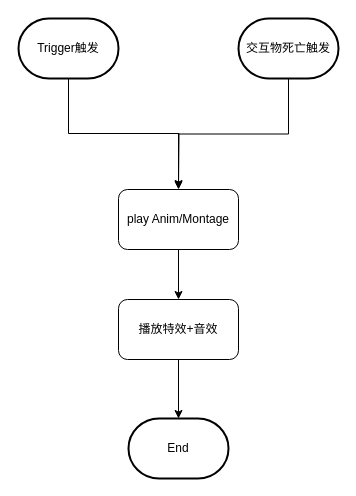
LittleTrain0321/15150400109Wy keeps this draw.io diagram as 水塔倒塌.drawio. Above is the earlier version. Source tidied: cells renumbered, new cells numbered last; positions are measured from the earlier drawing's top-left corner, leaving out a move shared by most shapes. Both pictures are drawn from the tidied source at 100%, with x=0, y=0 at pixel (18, 18).
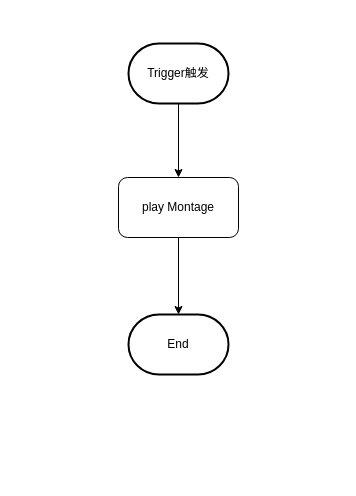
After the change.

Commit message (it also covers changes not shown here):
更新水塔倒塌.drawio

What changed in the source:
```diff
@@
 <mxGraphModel>
   <root>
     <mxCell id="0" />
     <mxCell id="1" parent="0" />
-    <mxCell id="2" style="edgeStyle=orthogonalEdgeStyle;rounded=0;jettySize=auto;html=1;exitX=0.5;exitY=1;exitDx=0;exitDy=0;" parent="1" edge="1" source="3" target="9">
+    <mxCell id="2" style="edgeStyle=orthogonalEdgeStyle;rounded=0;jettySize=auto;html=1;exitX=0.5;exitY=1;exitDx=0;exitDy=0;entryX=0.5;entryY=0;entryDx=0;entryDy=0;entryPerimeter=0;" parent="1" edge="1" source="3" target="10">
       <mxGeometry relative="1" as="geometry" />
     </mxCell>
-    <mxCell id="3" value="play Anim/Montage" style="rounded=1;whiteSpace=wrap;html=1;" parent="1" vertex="1">
-      <mxGeometry x="100" y="171" width="120" height="60" as="geometry" />
+    <mxCell id="3" value="play Montage" style="rounded=1;whiteSpace=wrap;html=1;" parent="1" vertex="1">
+      <mxGeometry x="100" y="159" width="120" height="60" as="geometry" />
     </mxCell>
-    <mxCell id="4" style="edgeStyle=orthogonalEdgeStyle;rounded=0;jettySize=auto;html=1;exitX=0.5;exitY=1;exitDx=0;exitDy=0;exitPerimeter=0;" parent="1" edge="1" source="5">
-      <mxGeometry relative="1" as="geometry">
-        <mxPoint x="160" y="170" as="targetPoint" />
-      </mxGeometry>
+    <mxCell id="4" style="edgeStyle=orthogonalEdgeStyle;rounded=0;jettySize=auto;html=1;exitX=0.5;exitY=1;exitDx=0;exitDy=0;exitPerimeter=0;" parent="1" edge="1" source="5" target="3">
+      <mxGeometry relative="1" as="geometry" />
     </mxCell>
     <mxCell id="5" value="Trigger触发" style="strokeWidth=2;html=1;shape=mxgraph.flowchart.terminator;whiteSpace=wrap;" parent="1" vertex="1">
-      <mxGeometry width="100" height="60" as="geometry" />
+      <mxGeometry x="110" y="25" width="100" height="60" as="geometry" />
     </mxCell>
-    <mxCell id="6" style="edgeStyle=orthogonalEdgeStyle;rounded=0;jettySize=auto;html=1;exitX=0.5;exitY=1;exitDx=0;exitDy=0;exitPerimeter=0;entryX=0.5;entryY=0;entryDx=0;entryDy=0;" parent="1" edge="1" source="7" target="3">
-      <mxGeometry relative="1" as="geometry" />
-    </mxCell>
-    <mxCell id="7" value="交互物死亡触发" style="strokeWidth=2;html=1;shape=mxgraph.flowchart.terminator;whiteSpace=wrap;" parent="1" vertex="1">
-      <mxGeometry x="220" width="100" height="60" as="geometry" />
-    </mxCell>
-    <mxCell id="8" style="edgeStyle=orthogonalEdgeStyle;rounded=0;jettySize=auto;html=1;exitX=0.5;exitY=1;exitDx=0;exitDy=0;" parent="1" edge="1" source="9" target="10">
-      <mxGeometry relative="1" as="geometry" />
-    </mxCell>
-    <mxCell id="9" value="播放特效+音效" style="rounded=1;whiteSpace=wrap;html=1;" parent="1" vertex="1">
-      <mxGeometry x="100" y="281" width="120" height="60" as="geometry" />
-    </mxCell>
     <mxCell id="10" value="End" style="strokeWidth=2;html=1;shape=mxgraph.flowchart.terminator;whiteSpace=wrap;" parent="1" vertex="1">
-      <mxGeometry x="110" y="400" width="100" height="60" as="geometry" />
+      <mxGeometry x="110" y="296" width="100" height="60" as="geometry" />
     </mxCell>
   </root>
 </mxGraphModel>
```
